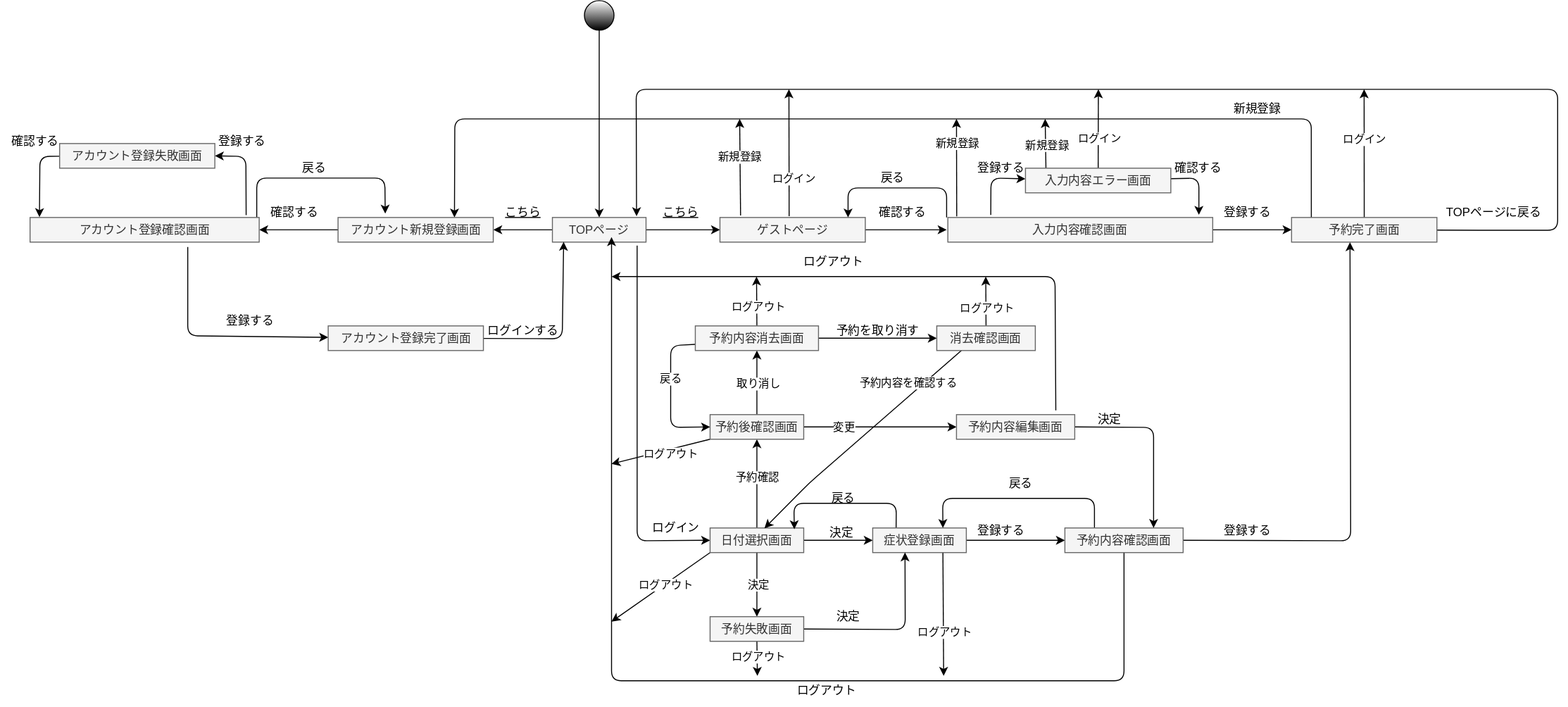
Above: pj.drawio.svg in sakamotoshuri/uml_introduction (draw.io), before the change. Source tidied: cells renumbered, new cells last; positions are measured from the earlier drawing's top-left corner, leaving out a move shared by most shapes.
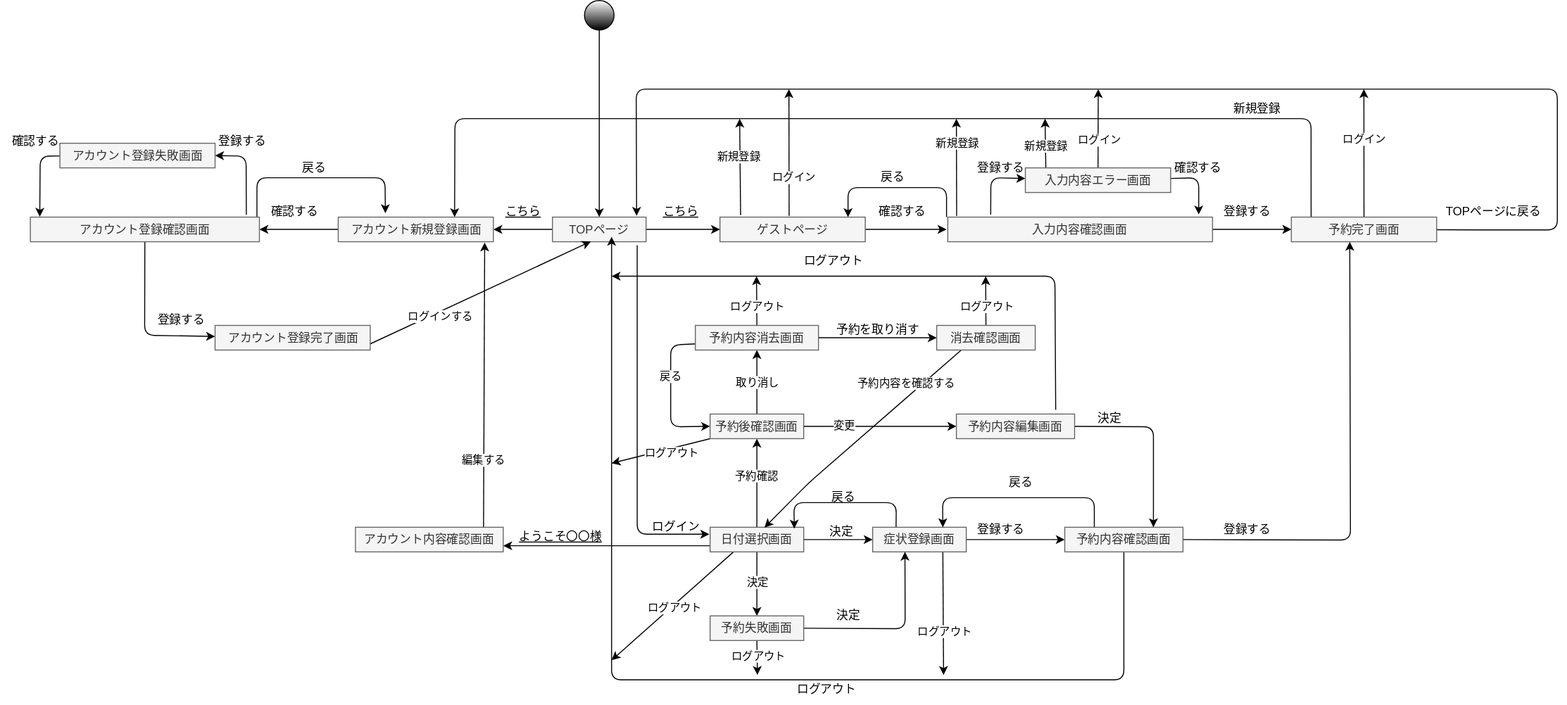
The same file after the commit.

Diff of the diagram source:
```diff
@@ -32,10 +32,10 @@
     <mxCell id="7" style="edgeStyle=none;html=1;" parent="1" edge="1" source="9" target="40">
       <mxGeometry relative="1" as="geometry" />
     </mxCell>
-    <mxCell id="8" style="edgeStyle=none;html=1;exitX=0.905;exitY=1.139;exitDx=0;exitDy=0;startArrow=none;startFill=0;endArrow=classic;endFill=1;entryX=0;entryY=0.5;entryDx=0;entryDy=0;exitPerimeter=0;" parent="1" edge="1" source="9" target="64">
+    <mxCell id="8" style="edgeStyle=none;html=1;exitX=0.905;exitY=1.139;exitDx=0;exitDy=0;startArrow=none;startFill=0;endArrow=classic;endFill=1;entryX=0.988;entryY=0.736;entryDx=0;entryDy=0;exitPerimeter=0;entryPerimeter=0;" parent="1" edge="1" source="9" target="65">
       <mxGeometry relative="1" as="geometry">
         <Array as="points">
-          <mxPoint x="646" y="548" />
+          <mxPoint x="646" y="542" />
         </Array>
       </mxGeometry>
     </mxCell>
@@ -190,11 +190,10 @@
     <mxCell id="41" value="&lt;u&gt;こちら&lt;/u&gt;" style="text;html=1;align=center;verticalAlign=middle;strokeColor=none;fillColor=none;" parent="1" vertex="1">
       <mxGeometry x="500" y="200" width="60" height="30" as="geometry" />
     </mxCell>
-    <mxCell id="42" style="edgeStyle=none;html=1;" parent="1" edge="1" target="48">
+    <mxCell id="42" style="edgeStyle=none;html=1;" parent="1" edge="1" source="45" target="48">
       <mxGeometry relative="1" as="geometry">
-        <mxPoint x="190" y="250" as="sourcePoint" />
         <Array as="points">
-          <mxPoint x="190" y="340" />
+          <mxPoint x="146" y="340" />
         </Array>
       </mxGeometry>
     </mxCell>
@@ -221,18 +220,19 @@
     <mxCell id="46" value="確認する" style="text;html=1;align=center;verticalAlign=middle;" parent="1" vertex="1">
       <mxGeometry x="262.5" y="200" width="70" height="30" as="geometry" />
     </mxCell>
-    <mxCell id="47" style="edgeStyle=none;html=1;startArrow=none;startFill=0;endArrow=classic;endFill=1;entryX=0.12;entryY=0.991;entryDx=0;entryDy=0;entryPerimeter=0;" parent="1" edge="1" source="48" target="9">
-      <mxGeometry relative="1" as="geometry">
-        <Array as="points">
-          <mxPoint x="570" y="343" />
-        </Array>
-      </mxGeometry>
+    <mxCell id="47" style="edgeStyle=none;html=1;startArrow=none;startFill=0;endArrow=classic;endFill=1;entryX=0.41;entryY=0.99;entryDx=0;entryDy=0;entryPerimeter=0;exitX=1;exitY=0.75;exitDx=0;exitDy=0;" parent="1" edge="1" source="48" target="9">
+      <mxGeometry relative="1" as="geometry" />
     </mxCell>
+    <mxCell id="56" value="ログインする" style="edgeLabel;html=1;align=center;verticalAlign=middle;" parent="47" vertex="1">
+      <mxGeometry x="-0.29" y="-4" relative="1" as="geometry">
+        <mxPoint x="-10" y="4" as="offset" />
+      </mxGeometry>
+    </mxCell>
     <mxCell id="48" value="アカウント登録完了画面" style="whiteSpace=wrap;html=1;fillColor=#f5f5f5;fontColor=#333333;strokeColor=#666666;" parent="1" vertex="1">
-      <mxGeometry x="332.5" y="330" width="157.5" height="25" as="geometry" />
+      <mxGeometry x="217.5" y="330" width="157.5" height="25" as="geometry" />
     </mxCell>
     <mxCell id="49" value="登録する" style="text;html=1;align=center;verticalAlign=middle;" parent="1" vertex="1">
-      <mxGeometry x="217.5" y="310" width="70" height="30" as="geometry" />
+      <mxGeometry x="147.5" y="310" width="70" height="30" as="geometry" />
     </mxCell>
     <mxCell id="50" style="edgeStyle=none;html=1;entryX=0.041;entryY=-0.015;entryDx=0;entryDy=0;entryPerimeter=0;" parent="1" edge="1" source="51" target="45">
       <mxGeometry relative="1" as="geometry">
@@ -256,9 +256,6 @@
     <mxCell id="55" value="新規登録" style="text;html=1;align=center;verticalAlign=middle;strokeColor=none;fillColor=none;" parent="1" vertex="1">
       <mxGeometry x="1240" y="95" width="70" height="30" as="geometry" />
     </mxCell>
-    <mxCell id="56" value="ログインする" style="text;html=1;align=center;verticalAlign=middle;strokeColor=none;fillColor=none;" parent="1" vertex="1">
-      <mxGeometry x="480" y="320" width="100" height="30" as="geometry" />
-    </mxCell>
     <mxCell id="57" style="edgeStyle=none;html=1;startArrow=none;startFill=0;endArrow=classic;endFill=1;" parent="1" edge="1" source="64" target="70">
       <mxGeometry relative="1" as="geometry" />
     </mxCell>
@@ -270,9 +267,9 @@
         <mxPoint y="12" as="offset" />
       </mxGeometry>
     </mxCell>
-    <mxCell id="60" style="edgeStyle=none;html=1;exitX=0;exitY=1;exitDx=0;exitDy=0;startArrow=none;startFill=0;endArrow=classic;endFill=1;" parent="1" edge="1" source="64">
+    <mxCell id="60" style="edgeStyle=none;html=1;exitX=0.25;exitY=1;exitDx=0;exitDy=0;startArrow=none;startFill=0;endArrow=classic;endFill=1;" parent="1" edge="1" source="64">
       <mxGeometry relative="1" as="geometry">
-        <mxPoint x="620" y="630" as="targetPoint" />
+        <mxPoint x="620" y="670" as="targetPoint" />
       </mxGeometry>
     </mxCell>
     <mxCell id="61" value="ログアウト" style="edgeLabel;html=1;align=center;verticalAlign=middle;" parent="60" vertex="1">
@@ -286,6 +283,9 @@
     <mxCell id="63" value="予約確認" style="edgeLabel;html=1;align=center;verticalAlign=middle;" parent="62" vertex="1">
       <mxGeometry x="0.18" y="1" relative="1" as="geometry" />
     </mxCell>
+    <mxCell id="111" style="edgeStyle=none;html=1;exitX=0;exitY=0.75;exitDx=0;exitDy=0;entryX=1;entryY=0.75;entryDx=0;entryDy=0;" parent="1" edge="1" source="64" target="114">
+      <mxGeometry relative="1" as="geometry" />
+    </mxCell>
     <mxCell id="64" value="日付選択画面" style="whiteSpace=wrap;html=1;fillColor=#f5f5f5;fontColor=#333333;strokeColor=#666666;" parent="1" vertex="1">
       <mxGeometry x="720" y="535" width="95" height="25" as="geometry" />
     </mxCell>
@@ -491,5 +491,19 @@
     <mxCell id="110" value="入力内容確認画面" style="whiteSpace=wrap;html=1;fillColor=#f5f5f5;fontColor=#333333;strokeColor=#666666;" parent="1" vertex="1">
       <mxGeometry x="961.2" y="220" width="268.8" height="25" as="geometry" />
     </mxCell>
+    <mxCell id="112" style="edgeStyle=none;html=1;entryX=0.944;entryY=1.031;entryDx=0;entryDy=0;entryPerimeter=0;" parent="1" edge="1" target="40">
+      <mxGeometry relative="1" as="geometry">
+        <mxPoint x="490" y="540" as="sourcePoint" />
+      </mxGeometry>
+    </mxCell>
+    <mxCell id="113" value="編集する" style="edgeLabel;html=1;align=center;verticalAlign=middle;" parent="112" vertex="1">
+      <mxGeometry x="-0.5" y="1" relative="1" as="geometry" />
+    </mxCell>
+    <mxCell id="114" value="アカウント内容確認画面" style="whiteSpace=wrap;html=1;fillColor=#f5f5f5;fontColor=#333333;strokeColor=#666666;" parent="1" vertex="1">
+      <mxGeometry x="360" y="535" width="150" height="25" as="geometry" />
+    </mxCell>
+    <mxCell id="115" value="ようこそ〇〇様" style="text;html=1;align=center;verticalAlign=middle;strokeColor=none;fillColor=none;fontStyle=4;" parent="1" vertex="1">
+      <mxGeometry x="512.5" y="530" width="110" height="30" as="geometry" />
+    </mxCell>
   </root>
 </mxGraphModel>
```
